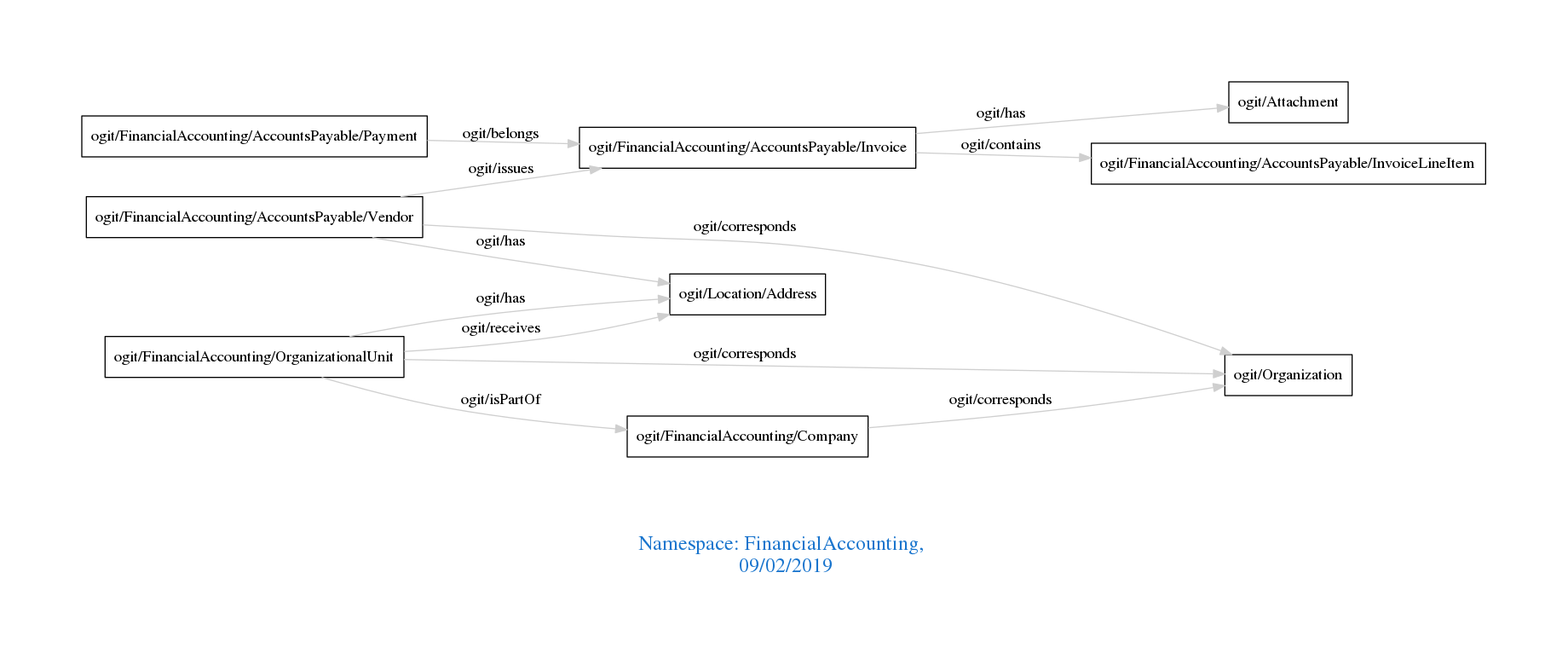
Before: downloads/FinancialAccounting.png, a diagram exported from Graphviz (arago/OGIT). Its source is kept beside it as downloads/FinancialAccounting.dot.
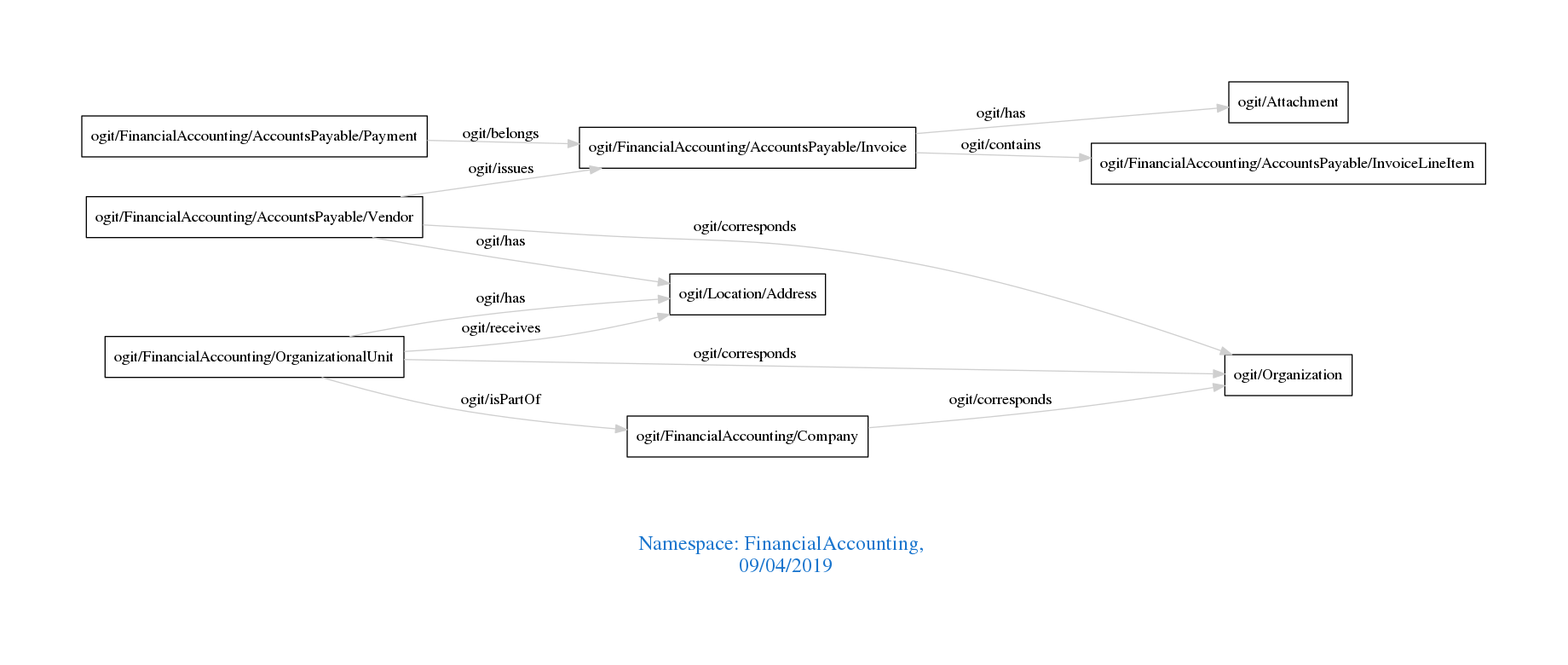
The same file after the commit.

Diff of the diagram source:
```diff
@@ -1,7 +1,7 @@
 digraph OGIT_ontology {
  graph [ rankdir= LR,pad=1
 fontsize = 18,
-fontcolor= dodgerblue3,label = "\n\n\nNamespace: FinancialAccounting, \n 09/02/2019"];
+fontcolor= dodgerblue3,label = "\n\n\nNamespace: FinancialAccounting, \n 09/04/2019"];
 node[shape=polygon];
 edge [  color="gray81"];
 
```
